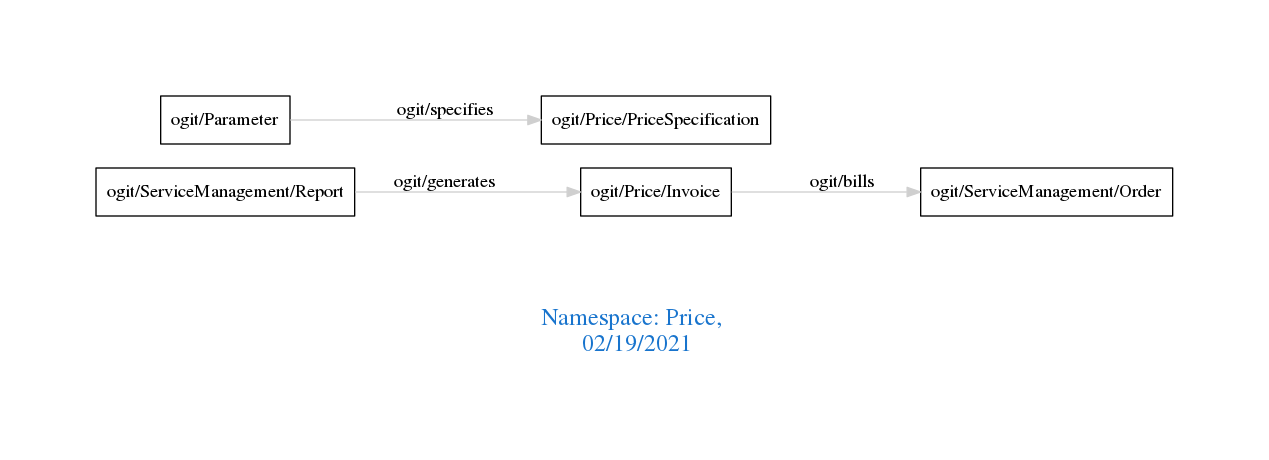
Above: downloads/Price.png in arago/OGIT (Graphviz), before the change. Its source is kept beside it as downloads/Price.dot.
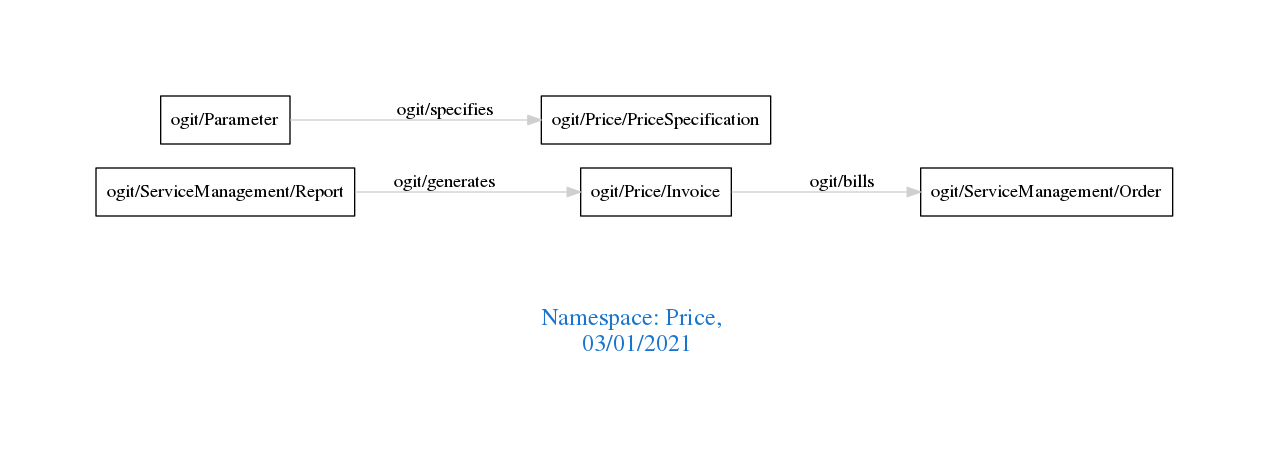
The same diagram one commit later.

The edit, as a diff of the source:
```diff
@@ -1,7 +1,7 @@
 digraph OGIT_ontology {
  graph [ rankdir= LR,pad=1
 fontsize = 18,
-fontcolor= dodgerblue3,label = "\n\n\nNamespace: Price, \n 02/19/2021"];
+fontcolor= dodgerblue3,label = "\n\n\nNamespace: Price, \n 03/01/2021"];
 node[shape=polygon];
 edge [  color="gray81"];
 
```
